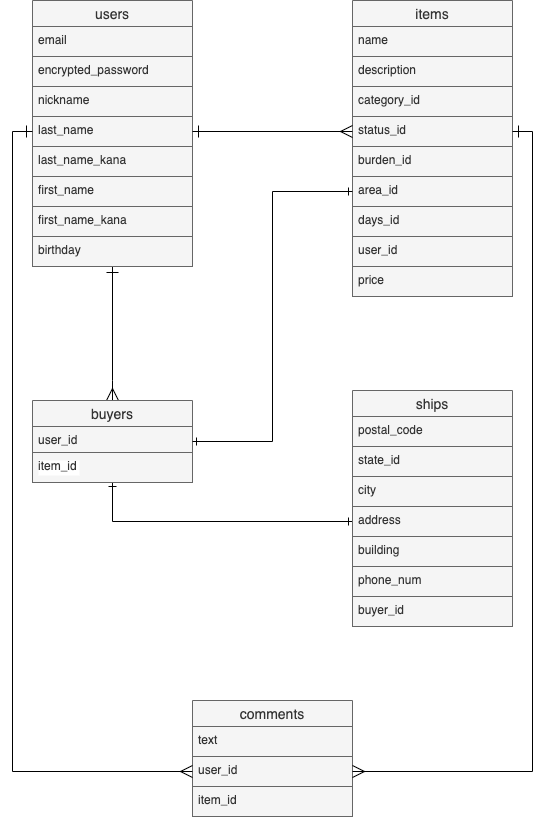
This is furima_er.png from samanosuke-akechi/furima-34566, a draw.io export, as it was before one commit. Source tidied: cells renumbered, new cells last; positions are measured from the earlier drawing's top-left corner, leaving out a move shared by most shapes.
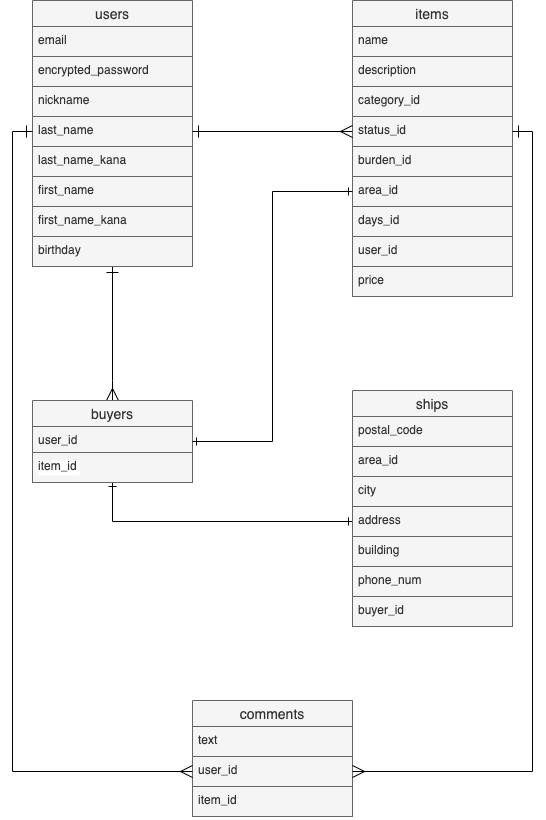
After the change.

Change to the diagram source:
```diff
@@ -106,7 +106,7 @@
     <mxCell id="34" value="postal_code" style="text;strokeColor=#666666;fillColor=#f5f5f5;spacingLeft=4;spacingRight=4;overflow=hidden;fontSize=12;fontColor=#333333;" parent="33" vertex="1">
       <mxGeometry y="26" width="160" height="30" as="geometry" />
     </mxCell>
-    <mxCell id="35" value="state_id" style="text;strokeColor=#666666;fillColor=#f5f5f5;spacingLeft=4;spacingRight=4;overflow=hidden;fontSize=12;fontColor=#333333;" parent="33" vertex="1">
+    <mxCell id="35" value="area_id" style="text;strokeColor=#666666;fillColor=#f5f5f5;spacingLeft=4;spacingRight=4;overflow=hidden;fontSize=12;fontColor=#333333;" parent="33" vertex="1">
       <mxGeometry y="56" width="160" height="30" as="geometry" />
     </mxCell>
     <mxCell id="36" value="city" style="text;strokeColor=#666666;fillColor=#f5f5f5;spacingLeft=4;spacingRight=4;overflow=hidden;fontSize=12;fontColor=#333333;" parent="33" vertex="1">
```
